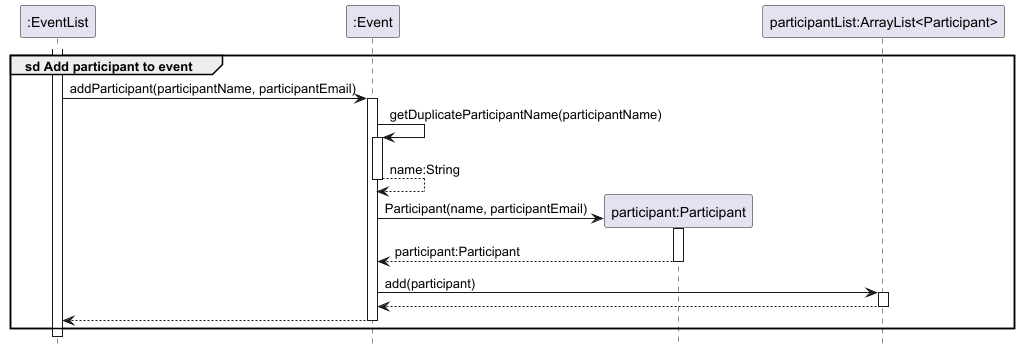
Before: docs/images/AddParticipantEventSequenceDiagram.png, a diagram exported from PlantUML (nus-cs2113-AY2425S1/tp).
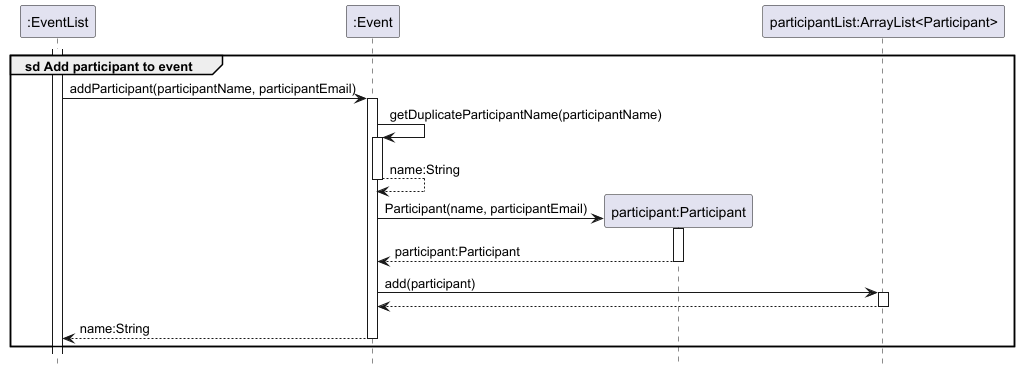
After the commit.

What changed in the source:
```diff
@@ -26,6 +26,6 @@
     activate participantList
     return
 
-    return
+    return name:String
 end
 @enduml
```
